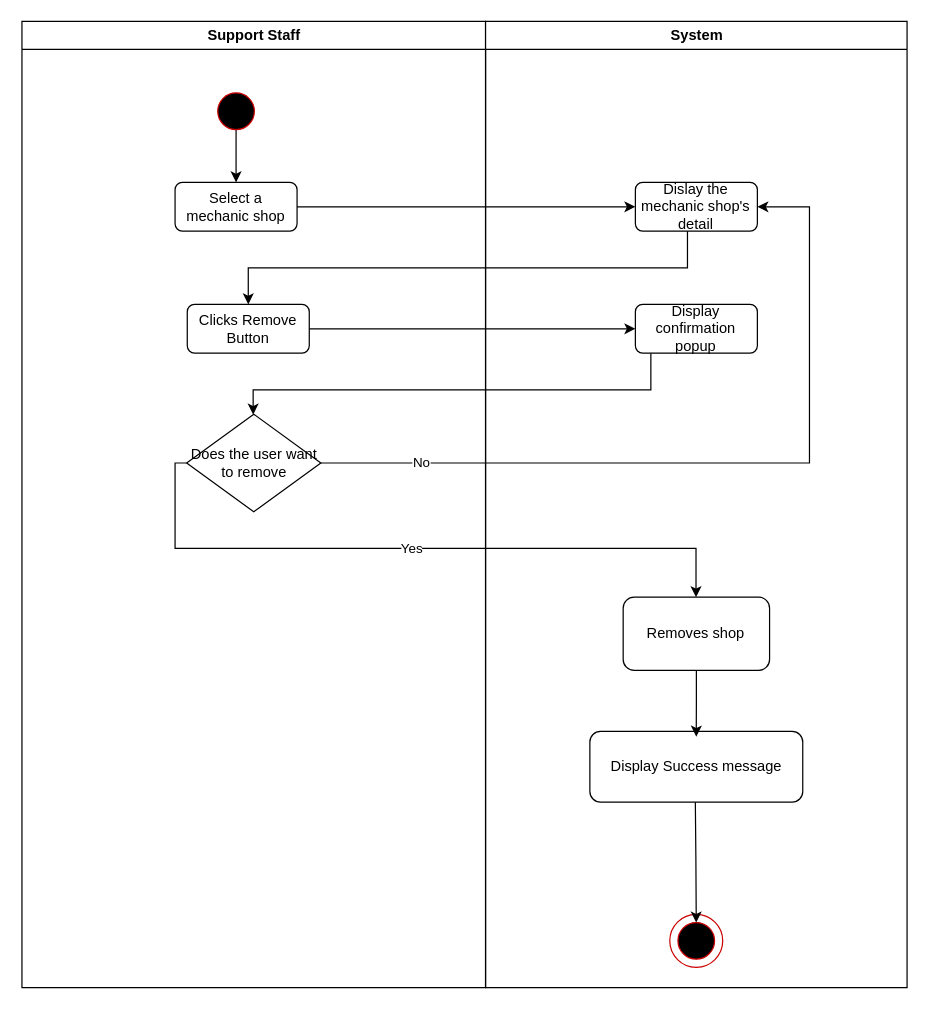
Before: Activity_Diagrams/Support/RemoveMechanicShop.drawio in Awrmani/AutoQuotes, a draw.io diagram. Source tidied: cells renumbered, new cells numbered last; positions are measured from the earlier drawing's top-left corner, leaving out a move shared by most shapes. Both pictures are drawn from the tidied source at 122%, with x=0, y=0 at pixel (21, 21).
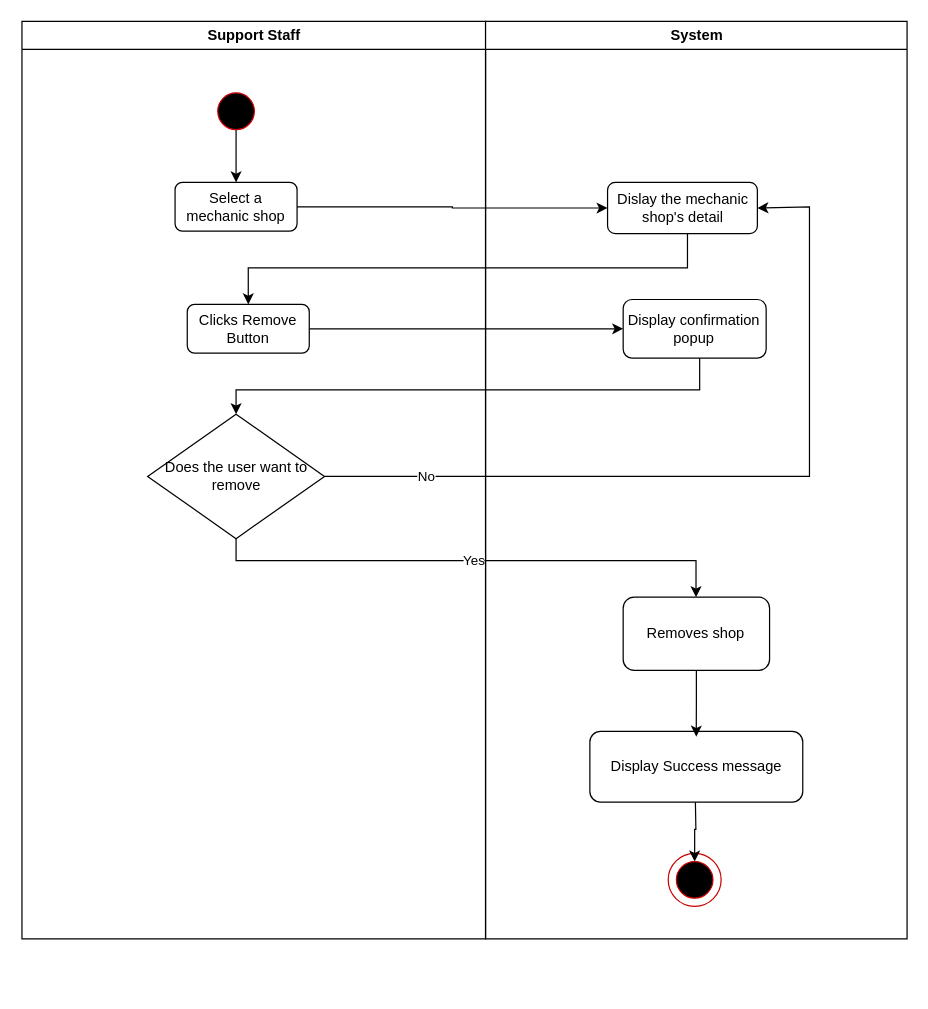
The same diagram, later.

The change refers to these unchanged cells:
```xml
<mxCell id="18" value="Removes shop" style="rounded=1;whiteSpace=wrap;html=1;" parent="9" vertex="1">
  <mxGeometry x="112.8" y="472" width="120" height="60" as="geometry" />
</mxCell>
```

Diff of the diagram source:
```diff
@@
     <mxCell id="2" value="Support Staff" style="swimlane;whiteSpace=wrap;" parent="1" vertex="1">
-      <mxGeometry x="0.5" width="380" height="792" as="geometry" />
+      <mxGeometry x="0.5" width="380" height="752" as="geometry" />
     </mxCell>
@@
     <mxCell id="8" value="Does the user want to remove" style="rhombus;whiteSpace=wrap;html=1;" parent="2" vertex="1">
-      <mxGeometry x="135" y="322" width="110" height="80" as="geometry" />
+      <mxGeometry x="103" y="322" width="145" height="102" as="geometry" />
     </mxCell>
     <mxCell id="9" value="System" style="swimlane;whiteSpace=wrap;" parent="1" vertex="1">
-      <mxGeometry x="380.5" width="345.5" height="792" as="geometry" />
+      <mxGeometry x="380.5" width="345.5" height="752" as="geometry" />
     </mxCell>
     <mxCell id="10" style="group;" parent="9" vertex="1">
-      <mxGeometry x="151" y="732" width="43.4" height="43.4" as="geometry" />
+      <mxGeometry x="149.7" y="682" width="43.4" height="43.4" as="geometry" />
     </mxCell>
@@
     <mxCell id="13" value="Dislay the mechanic shop's detail" style="rounded=1;whiteSpace=wrap;html=1;" parent="9" vertex="1">
-      <mxGeometry x="122.8" y="132" width="100" height="40" as="geometry" />
+      <mxGeometry x="100" y="132" width="122.8" height="42" as="geometry" />
     </mxCell>
@@
     <mxCell id="16" value="Display confirmation popup" style="rounded=1;whiteSpace=wrap;html=1;" parent="9" vertex="1">
-      <mxGeometry x="122.8" y="232" width="100" height="40" as="geometry" />
+      <mxGeometry x="112.8" y="228" width="117.2" height="48" as="geometry" />
     </mxCell>
@@
-    <mxCell id="22" style="edgeStyle=orthogonalEdgeStyle;rounded=0;jettySize=auto;html=1;" parent="1" edge="1" source="16" target="8">
+    <mxCell id="22" style="edgeStyle=orthogonalEdgeStyle;rounded=0;jettySize=auto;html=1;entryX=0.5;entryY=0;entryDx=0;entryDy=0;" parent="1" edge="1" source="16" target="8">
       <mxGeometry relative="1" as="geometry">
         <Array as="points">
-          <mxPoint x="516" y="302" />
-          <mxPoint x="190" y="302" />
+          <mxPoint x="556" y="302" />
+          <mxPoint x="176" y="302" />
         </Array>
       </mxGeometry>
     </mxCell>
-    <mxCell id="23" value="Yes" style="edgeStyle=orthogonalEdgeStyle;rounded=0;jettySize=auto;html=1;exitX=0;exitY=0.5;exitDx=0;exitDy=0;" parent="1" edge="1" source="8" target="18">
+    <mxCell id="23" value="Yes" style="edgeStyle=orthogonalEdgeStyle;rounded=0;jettySize=auto;html=1;exitX=0.5;exitY=1;exitDx=0;exitDy=0;" parent="1" edge="1" source="8" target="18">
       <mxGeometry relative="1" as="geometry">
         <Array as="points">
-          <mxPoint x="126" y="362" />
-          <mxPoint x="126" y="432" />
-          <mxPoint x="553" y="432" />
+          <mxPoint x="176" y="442" />
+          <mxPoint x="553" y="442" />
         </Array>
       </mxGeometry>
     </mxCell>
     <mxCell id="24" style="edgeStyle=orthogonalEdgeStyle;rounded=0;jettySize=auto;html=1;entryX=1;entryY=0.5;entryDx=0;entryDy=0;exitX=1;exitY=0.5;exitDx=0;exitDy=0;" parent="1" edge="1" source="8" target="13">
       <mxGeometry relative="1" as="geometry">
         <Array as="points">
-          <mxPoint x="646" y="362" />
+          <mxPoint x="646" y="373" />
           <mxPoint x="646" y="152" />
+          <mxPoint x="603" y="152" />
         </Array>
       </mxGeometry>
     </mxCell>
```
